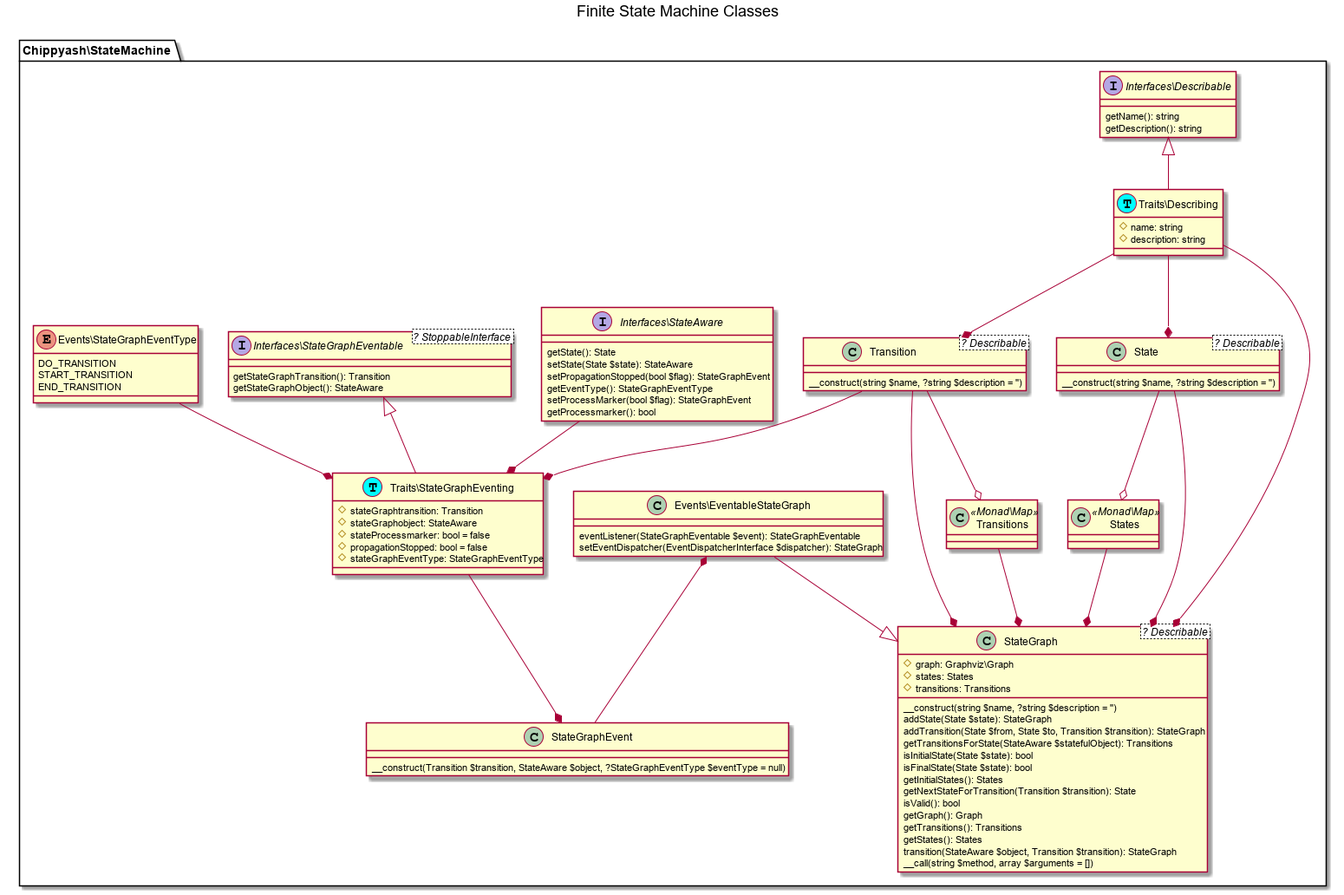
Above: pics/state-machine-classes.png in the-matrix/finite-state-machine (PlantUML), before the change.
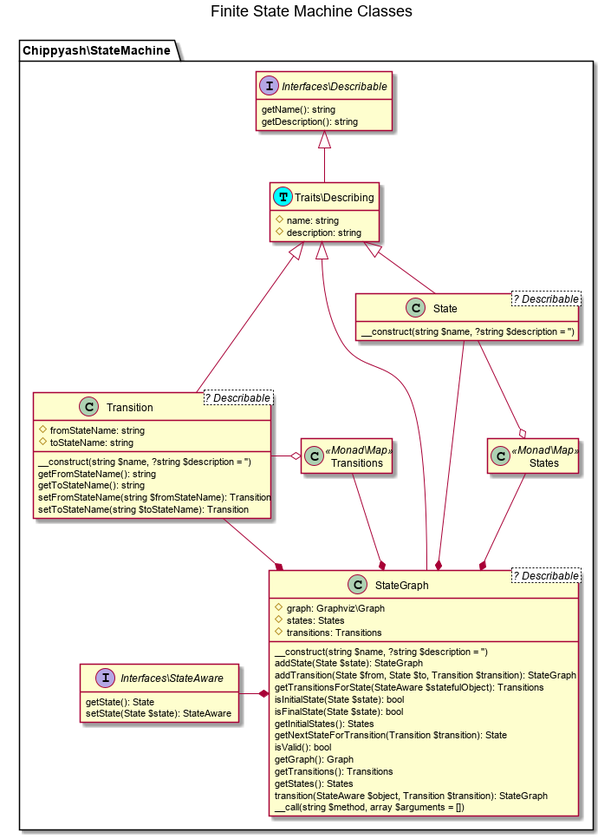
After the commit.

Commit message:
add xml state graph builder

Diff of the diagram source:
```diff
@@ -1,4 +1,5 @@
 @startuml
+hide empty members
 title Finite State Machine Classes
 namespace Chippyash\StateMachine {
     interface "Interfaces\Describable" as Describable {
@@ -9,15 +10,6 @@
     interface "Interfaces\StateAware" as StateAware {
         getState(): State
         setState(State $state): StateAware
-        setPropagationStopped(bool $flag): StateGraphEvent
-        getEventType(): StateGraphEventType
-        setProcessMarker(bool $flag): StateGraphEvent
-        getProcessmarker(): bool
-    }
-
-    interface "Interfaces\StateGraphEventable" as StateGraphEventable <? StoppableInterface>{
-        getStateGraphTransition(): Transition
-        getStateGraphObject(): StateAware
     }
 
     class "Traits\Describing" as Describing << (T, cyan)>>  {
@@ -26,14 +18,6 @@
     }
     Describable <|-- Describing
 
-    class "Traits\StateGraphEventing" as StateGraphEventing << (T, cyan) >> {
-        #stateGraphtransition: Transition
-        #stateGraphobject: StateAware
-        #stateProcessmarker: bool = false
-        #propagationStopped: bool = false
-        #stateGraphEventType: StateGraphEventType
-    }
-    StateGraphEventable <|-- StateGraphEventing
     class State <? Describable>{
         __construct(string $name, ?string $description = '')
     }
@@ -58,45 +42,31 @@
         __call(string $method, array $arguments = [])
     }
 
-    class "Events\EventableStateGraph" as EventableStateGraph {
-        eventListener(StateGraphEventable $event): StateGraphEventable
-        setEventDispatcher(EventDispatcherInterface $dispatcher): StateGraph
-
-    }
-    EventableStateGraph --|> StateGraph
-    EventableStateGraph *- StateGraphEvent
     class States <<Monad\Map>> {
 
     }
     State --o States
 
     class Transition <? Describable>{
+    	#fromStateName: string
+    	#toStateName: string
         __construct(string $name, ?string $description = '')
+        getFromStateName(): string
+        getToStateName(): string
+        setFromStateName(string $fromStateName): Transition
+        setToStateName(string $toStateName): Transition
     }
     Transition -o Transitions
 
-    Describing --* State
-    Describing --* Transition
-    Describing --* StateGraph
-
+    Describing <|-- State
+    Describing <|-- Transition
+    Describing <|-- StateGraph
 
     class Transitions <<Monad\Map>> {
 
     }
 
-    class "Events\StateGraphEvent" as StateGraphEvent {
-        __construct(Transition $transition, StateAware $object, ?StateGraphEventType $eventType = null)
-    }
-    StateGraphEventing --* StateGraphEvent
-
-    enum "Events\StateGraphEventType" as StateGraphEventType {
-        DO_TRANSITION
-        START_TRANSITION
-        END_TRANSITION
-    }
-    StateGraphEventType --* StateGraphEventing
-    Transition --* StateGraphEventing
-    StateAware --* StateGraphEventing
+	StateAware -* StateGraph
     Transition --* StateGraph
     Transitions --* StateGraph
     State --* StateGraph
```
